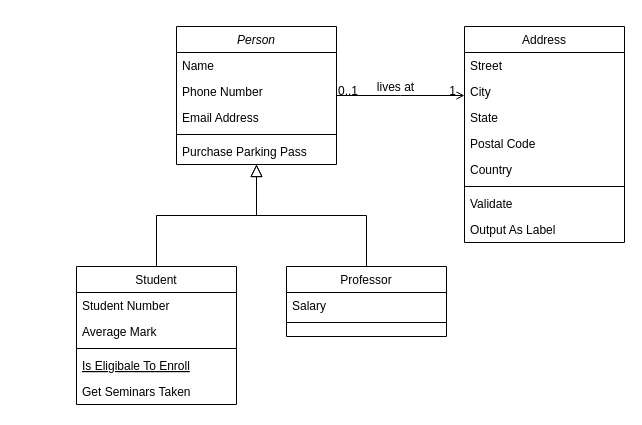
The draw.io diagram Untitled Diagram.drawio in vu9x/DE-101-Module1-, before the edit. Source tidied: cells renumbered, new cells numbered last; positions are measured from the earlier drawing's top-left corner, leaving out a move shared by most shapes. Both pictures are drawn from the tidied source at 100%, with x=0, y=0 at pixel (76, 26).
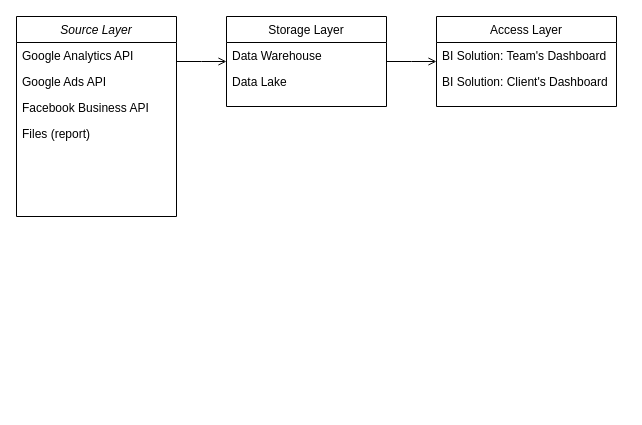
The same page after the edit.

Commit message:
Data Layer (finish)

Unchanged cells that the change refers to:
```xml
<mxCell id="28" style="endArrow=open;shadow=0;strokeWidth=1;rounded=0;endFill=1;edgeStyle=elbowEdgeStyle;elbow=vertical;" parent="1" edge="1" source="2" target="19">
  <mxGeometry x="0.5" y="41" relative="1" as="geometry">
    <mxPoint x="-40" y="32" as="offset" />
  </mxGeometry>
</mxCell>
```

What changed in the source:
```diff
@@
-    <mxCell id="2" value="Person" style="swimlane;fontStyle=2;align=center;verticalAlign=top;horizontal=1;startSize=26;rounded=0;shadow=0;strokeWidth=1;" parent="1" vertex="1">
-      <mxGeometry x="100" width="160" height="138" as="geometry" />
+    <mxCell id="2" value="Source Layer" style="swimlane;fontStyle=2;align=center;verticalAlign=top;horizontal=1;startSize=26;rounded=0;shadow=0;strokeWidth=1;" parent="1" vertex="1">
+      <mxGeometry x="-60" y="-10" width="160" height="200" as="geometry" />
     </mxCell>
-    <mxCell id="3" value="Name" style="text;align=left;verticalAlign=top;spacingLeft=4;spacingRight=4;overflow=hidden;" parent="2" vertex="1">
+    <mxCell id="3" value="Google Analytics API" style="text;align=left;verticalAlign=top;spacingLeft=4;spacingRight=4;overflow=hidden;" parent="2" vertex="1">
       <mxGeometry y="26" width="160" height="26" as="geometry" />
     </mxCell>
-    <mxCell id="4" value="Phone Number" style="text;align=left;verticalAlign=top;spacingLeft=4;spacingRight=4;overflow=hidden;rounded=0;shadow=0;html=0;" parent="2" vertex="1">
+    <mxCell id="4" value="Google Ads API" style="text;align=left;verticalAlign=top;spacingLeft=4;spacingRight=4;overflow=hidden;rounded=0;shadow=0;html=0;" parent="2" vertex="1">
       <mxGeometry y="52" width="160" height="26" as="geometry" />
     </mxCell>
-    <mxCell id="5" value="Email Address" style="text;align=left;verticalAlign=top;spacingLeft=4;spacingRight=4;overflow=hidden;rounded=0;shadow=0;html=0;" parent="2" vertex="1">
+    <mxCell id="5" value="Facebook Business API&#10;" style="text;align=left;verticalAlign=top;spacingLeft=4;spacingRight=4;overflow=hidden;rounded=0;shadow=0;html=0;" parent="2" vertex="1">
       <mxGeometry y="78" width="160" height="26" as="geometry" />
     </mxCell>
-    <mxCell id="6" style="line;html=1;strokeWidth=1;align=left;verticalAlign=middle;spacingTop=-1;spacingLeft=3;spacingRight=3;labelPosition=right;" parent="2" vertex="1">
-      <mxGeometry y="104" width="160" height="8" as="geometry" />
-    </mxCell>
-    <mxCell id="7" value="Purchase Parking Pass" style="text;align=left;verticalAlign=top;spacingLeft=4;spacingRight=4;overflow=hidden;" parent="2" vertex="1">
-      <mxGeometry y="112" width="160" height="26" as="geometry" />
+    <mxCell id="7" value="Files (report)" style="text;align=left;verticalAlign=top;spacingLeft=4;spacingRight=4;overflow=hidden;" parent="2" vertex="1">
+      <mxGeometry y="104" width="160" height="26" as="geometry" />
     </mxCell>
-    <mxCell id="8" value="Student" style="swimlane;fontStyle=0;align=center;verticalAlign=top;horizontal=1;startSize=26;rounded=0;shadow=0;strokeWidth=1;" parent="1" vertex="1">
-      <mxGeometry y="240" width="160" height="138" as="geometry" />
-    </mxCell>
-    <mxCell id="9" value="Student Number" style="text;align=left;verticalAlign=top;spacingLeft=4;spacingRight=4;overflow=hidden;" parent="8" vertex="1">
-      <mxGeometry y="26" width="160" height="26" as="geometry" />
-    </mxCell>
-    <mxCell id="10" value="Average Mark" style="text;align=left;verticalAlign=top;spacingLeft=4;spacingRight=4;overflow=hidden;rounded=0;shadow=0;html=0;" parent="8" vertex="1">
-      <mxGeometry y="52" width="160" height="26" as="geometry" />
-    </mxCell>
-    <mxCell id="11" style="line;html=1;strokeWidth=1;align=left;verticalAlign=middle;spacingTop=-1;spacingLeft=3;spacingRight=3;labelPosition=right;" parent="8" vertex="1">
-      <mxGeometry y="78" width="160" height="8" as="geometry" />
-    </mxCell>
-    <mxCell id="12" value="Is Eligibale To Enroll" style="text;align=left;verticalAlign=top;spacingLeft=4;spacingRight=4;overflow=hidden;fontStyle=4;" parent="8" vertex="1">
-      <mxGeometry y="86" width="160" height="26" as="geometry" />
-    </mxCell>
-    <mxCell id="13" value="Get Seminars Taken" style="text;align=left;verticalAlign=top;spacingLeft=4;spacingRight=4;overflow=hidden;" parent="8" vertex="1">
-      <mxGeometry y="112" width="160" height="26" as="geometry" />
-    </mxCell>
-    <mxCell id="14" style="endArrow=block;endSize=10;endFill=0;shadow=0;strokeWidth=1;rounded=0;edgeStyle=elbowEdgeStyle;elbow=vertical;" parent="1" edge="1" source="8" target="2">
-      <mxGeometry relative="1" as="geometry" />
-    </mxCell>
-    <mxCell id="15" value="Professor" style="swimlane;fontStyle=0;align=center;verticalAlign=top;horizontal=1;startSize=26;rounded=0;shadow=0;strokeWidth=1;" parent="1" vertex="1">
-      <mxGeometry x="210" y="240" width="160" height="70" as="geometry" />
-    </mxCell>
-    <mxCell id="16" value="Salary" style="text;align=left;verticalAlign=top;spacingLeft=4;spacingRight=4;overflow=hidden;" parent="15" vertex="1">
-      <mxGeometry y="26" width="160" height="26" as="geometry" />
-    </mxCell>
-    <mxCell id="17" style="line;html=1;strokeWidth=1;align=left;verticalAlign=middle;spacingTop=-1;spacingLeft=3;spacingRight=3;labelPosition=right;" parent="15" vertex="1">
-      <mxGeometry y="52" width="160" height="8" as="geometry" />
-    </mxCell>
-    <mxCell id="18" style="endArrow=block;endSize=10;endFill=0;shadow=0;strokeWidth=1;rounded=0;edgeStyle=elbowEdgeStyle;elbow=vertical;" parent="1" edge="1" source="15" target="2">
-      <mxGeometry relative="1" as="geometry" />
-    </mxCell>
-    <mxCell id="19" value="Address" style="swimlane;fontStyle=0;align=center;verticalAlign=top;horizontal=1;startSize=26;rounded=0;shadow=0;strokeWidth=1;" parent="1" vertex="1">
-      <mxGeometry x="388" width="160" height="216" as="geometry" />
+    <mxCell id="19" value="Storage Layer" style="swimlane;fontStyle=0;align=center;verticalAlign=top;horizontal=1;startSize=26;rounded=0;shadow=0;strokeWidth=1;" parent="1" vertex="1">
+      <mxGeometry x="150" y="-10" width="160" height="90" as="geometry" />
     </mxCell>
-    <mxCell id="20" value="Street" style="text;align=left;verticalAlign=top;spacingLeft=4;spacingRight=4;overflow=hidden;" parent="19" vertex="1">
+    <mxCell id="20" value="Data Warehouse" style="text;align=left;verticalAlign=top;spacingLeft=4;spacingRight=4;overflow=hidden;" parent="19" vertex="1">
       <mxGeometry y="26" width="160" height="26" as="geometry" />
     </mxCell>
-    <mxCell id="21" value="City" style="text;align=left;verticalAlign=top;spacingLeft=4;spacingRight=4;overflow=hidden;rounded=0;shadow=0;html=0;" parent="19" vertex="1">
+    <mxCell id="21" value="Data Lake" style="text;align=left;verticalAlign=top;spacingLeft=4;spacingRight=4;overflow=hidden;rounded=0;shadow=0;html=0;" parent="19" vertex="1">
       <mxGeometry y="52" width="160" height="26" as="geometry" />
     </mxCell>
-    <mxCell id="22" value="State" style="text;align=left;verticalAlign=top;spacingLeft=4;spacingRight=4;overflow=hidden;rounded=0;shadow=0;html=0;" parent="19" vertex="1">
-      <mxGeometry y="78" width="160" height="26" as="geometry" />
-    </mxCell>
-    <mxCell id="23" value="Postal Code" style="text;align=left;verticalAlign=top;spacingLeft=4;spacingRight=4;overflow=hidden;rounded=0;shadow=0;html=0;" parent="19" vertex="1">
-      <mxGeometry y="104" width="160" height="26" as="geometry" />
-    </mxCell>
-    <mxCell id="24" value="Country" style="text;align=left;verticalAlign=top;spacingLeft=4;spacingRight=4;overflow=hidden;rounded=0;shadow=0;html=0;" parent="19" vertex="1">
-      <mxGeometry y="130" width="160" height="26" as="geometry" />
-    </mxCell>
-    <mxCell id="25" style="line;html=1;strokeWidth=1;align=left;verticalAlign=middle;spacingTop=-1;spacingLeft=3;spacingRight=3;labelPosition=right;" parent="19" vertex="1">
-      <mxGeometry y="156" width="160" height="8" as="geometry" />
-    </mxCell>
-    <mxCell id="26" value="Validate" style="text;align=left;verticalAlign=top;spacingLeft=4;spacingRight=4;overflow=hidden;" parent="19" vertex="1">
-      <mxGeometry y="164" width="160" height="26" as="geometry" />
-    </mxCell>
-    <mxCell id="27" value="Output As Label" style="text;align=left;verticalAlign=top;spacingLeft=4;spacingRight=4;overflow=hidden;" parent="19" vertex="1">
-      <mxGeometry y="190" width="160" height="26" as="geometry" />
-    </mxCell>
@@
-    <mxCell id="29" value="0..1" style="align=left;verticalAlign=bottom;labelBackgroundColor=none;fontSize=12;" parent="28" vertex="1">
-      <mxGeometry x="-1" relative="1" as="geometry">
-        <mxPoint y="4" as="offset" />
-      </mxGeometry>
-    </mxCell>
-    <mxCell id="30" value="1" style="align=right;verticalAlign=bottom;labelBackgroundColor=none;fontSize=12;" parent="28" vertex="1">
-      <mxGeometry x="1" relative="1" as="geometry">
-        <mxPoint x="-7" y="4" as="offset" />
-      </mxGeometry>
-    </mxCell>
-    <mxCell id="31" value="lives at" style="text;html=1;align=center;verticalAlign=middle;labelBackgroundColor=none;rounded=0;shadow=0;strokeWidth=1;fontSize=12;" parent="28" vertex="1">
-      <mxGeometry x="0.5" y="49" relative="1" as="geometry">
-        <mxPoint x="-38" y="40" as="offset" />
-      </mxGeometry>
-    </mxCell>
+    <mxCell id="32" value="Access Layer" style="swimlane;fontStyle=0;align=center;verticalAlign=top;horizontal=1;startSize=26;rounded=0;shadow=0;strokeWidth=1;" parent="1" vertex="1">
+      <mxGeometry x="360" y="-10" width="180" height="90" as="geometry" />
+    </mxCell>
+    <mxCell id="33" value="BI Solution: Team's Dashboard" style="text;align=left;verticalAlign=top;spacingLeft=4;spacingRight=4;overflow=hidden;" parent="32" vertex="1">
+      <mxGeometry y="26" width="180" height="26" as="geometry" />
+    </mxCell>
+    <mxCell id="34" value="BI Solution: Client's Dashboard" style="text;align=left;verticalAlign=top;spacingLeft=4;spacingRight=4;overflow=hidden;rounded=0;shadow=0;html=0;" parent="32" vertex="1">
+      <mxGeometry y="52" width="180" height="26" as="geometry" />
+    </mxCell>
+    <mxCell id="35" style="endArrow=open;shadow=0;strokeWidth=1;rounded=0;endFill=1;edgeStyle=elbowEdgeStyle;elbow=vertical;" parent="1" edge="1" target="32">
+      <mxGeometry x="0.5" y="41" relative="1" as="geometry">
+        <mxPoint x="310" y="35" as="sourcePoint" />
+        <mxPoint x="-40" y="32" as="offset" />
+      </mxGeometry>
+    </mxCell>
```
